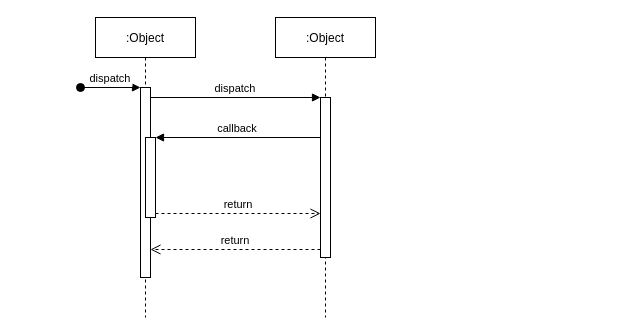
Above: BusinessDate.drawio in chenxh3799/diagrams (draw.io), before the change. Source tidied: cells renumbered, new cells numbered last; positions are measured from the earlier drawing's top-left corner, leaving out a move shared by most shapes. Both pictures are drawn from the tidied source at 100%, with x=0, y=0 at pixel (80, 17).
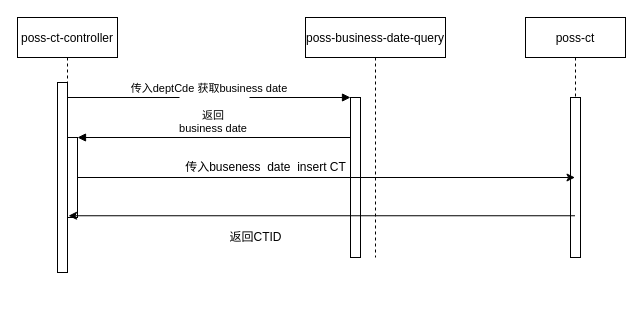
The same diagram, later.

Change to the diagram source:
```diff
@@
 <mxGraphModel>
   <root>
     <mxCell id="0" />
     <mxCell id="1" parent="0" />
-    <mxCell id="2" value=":Object" style="shape=umlLifeline;perimeter=lifelinePerimeter;rounded=0;shadow=0;strokeWidth=1;" parent="1" vertex="1">
-      <mxGeometry x="15" width="100" height="300" as="geometry" />
+    <mxCell id="2" value="poss-ct-controller" style="shape=umlLifeline;perimeter=lifelinePerimeter;rounded=0;shadow=0;strokeWidth=1;" parent="1" vertex="1">
+      <mxGeometry x="-63" width="100" height="250" as="geometry" />
     </mxCell>
     <mxCell id="3" style="points=[];perimeter=orthogonalPerimeter;rounded=0;shadow=0;strokeWidth=1;" parent="2" vertex="1">
-      <mxGeometry x="45" y="70" width="10" height="190" as="geometry" />
+      <mxGeometry x="40" y="65" width="10" height="190" as="geometry" />
     </mxCell>
-    <mxCell id="4" value="dispatch" style="verticalAlign=bottom;startArrow=oval;endArrow=block;startSize=8;shadow=0;strokeWidth=1;" parent="2" edge="1" target="3">
-      <mxGeometry relative="1" as="geometry">
-        <mxPoint x="-15" y="70" as="sourcePoint" />
-      </mxGeometry>
-    </mxCell>
     <mxCell id="5" style="points=[];perimeter=orthogonalPerimeter;rounded=0;shadow=0;strokeWidth=1;" parent="2" vertex="1">
       <mxGeometry x="50" y="120" width="10" height="80" as="geometry" />
     </mxCell>
-    <mxCell id="6" value=":Object" style="shape=umlLifeline;perimeter=lifelinePerimeter;rounded=0;shadow=0;strokeWidth=1;" parent="1" vertex="1">
-      <mxGeometry x="195" width="100" height="300" as="geometry" />
+    <mxCell id="6" value="poss-business-date-query" style="shape=umlLifeline;perimeter=lifelinePerimeter;rounded=0;shadow=0;strokeWidth=1;" parent="1" vertex="1">
+      <mxGeometry x="225" width="140" height="240" as="geometry" />
     </mxCell>
     <mxCell id="7" style="points=[];perimeter=orthogonalPerimeter;rounded=0;shadow=0;strokeWidth=1;" parent="6" vertex="1">
       <mxGeometry x="45" y="80" width="10" height="160" as="geometry" />
     </mxCell>
-    <mxCell id="8" value="return" style="verticalAlign=bottom;endArrow=open;dashed=1;endSize=8;exitX=0;exitY=0.95;shadow=0;strokeWidth=1;" parent="1" edge="1" source="7" target="3">
-      <mxGeometry relative="1" as="geometry" />
-    </mxCell>
-    <mxCell id="9" value="dispatch" style="verticalAlign=bottom;endArrow=block;entryX=0;entryY=0;shadow=0;strokeWidth=1;" parent="1" edge="1" source="3" target="7">
+    <mxCell id="9" value="传入deptCde 获取business date" style="verticalAlign=bottom;endArrow=block;entryX=0;entryY=0;shadow=0;strokeWidth=1;" parent="1" edge="1" source="3" target="7">
       <mxGeometry relative="1" as="geometry" />
     </mxCell>
-    <mxCell id="10" value="callback" style="verticalAlign=bottom;endArrow=block;entryX=1;entryY=0;shadow=0;strokeWidth=1;" parent="1" edge="1" source="7" target="5">
+    <mxCell id="10" value="&#10;返回&#10;business date" style="verticalAlign=bottom;endArrow=block;entryX=1;entryY=0;shadow=0;strokeWidth=1;" parent="1" edge="1" source="7" target="5">
       <mxGeometry relative="1" as="geometry" />
     </mxCell>
-    <mxCell id="11" value="return" style="verticalAlign=bottom;endArrow=open;dashed=1;endSize=8;exitX=1;exitY=0.95;shadow=0;strokeWidth=1;" parent="1" edge="1" source="5" target="7">
-      <mxGeometry relative="1" as="geometry" />
-    </mxCell>
+    <mxCell id="12" value="poss-ct" style="shape=umlLifeline;perimeter=lifelinePerimeter;rounded=0;shadow=0;strokeWidth=1;" parent="1" vertex="1">
+      <mxGeometry x="445" width="100" height="240" as="geometry" />
+    </mxCell>
+    <mxCell id="13" style="perimeter=orthogonalPerimeter;rounded=0;shadow=0;strokeWidth=1;" parent="12" vertex="1">
+      <mxGeometry x="45" y="80" width="10" height="160" as="geometry" />
+    </mxCell>
+    <mxCell id="14" style="endArrow=classic;html=1;rounded=0;" parent="1" edge="1" source="5" target="12">
+      <mxGeometry relative="1" as="geometry" />
+    </mxCell>
+    <mxCell id="15" value="传入buseness&amp;nbsp; date&amp;nbsp; insert CT" style="text;html=1;align=center;verticalAlign=middle;strokeColor=none;fillColor=none;" parent="1" vertex="1">
+      <mxGeometry x="95" y="135" width="180" height="30" as="geometry" />
+    </mxCell>
+    <mxCell id="16" style="endArrow=classic;html=1;rounded=0;entryX=0.51;entryY=0.793;entryDx=0;entryDy=0;entryPerimeter=0;" parent="1" edge="1" source="12" target="2">
+      <mxGeometry relative="1" as="geometry" />
+    </mxCell>
+    <mxCell id="17" value="返回CTID" style="text;html=1;align=center;verticalAlign=middle;strokeColor=none;fillColor=none;" parent="1" vertex="1">
+      <mxGeometry x="135" y="205" width="80" height="30" as="geometry" />
+    </mxCell>
   </root>
 </mxGraphModel>
```
